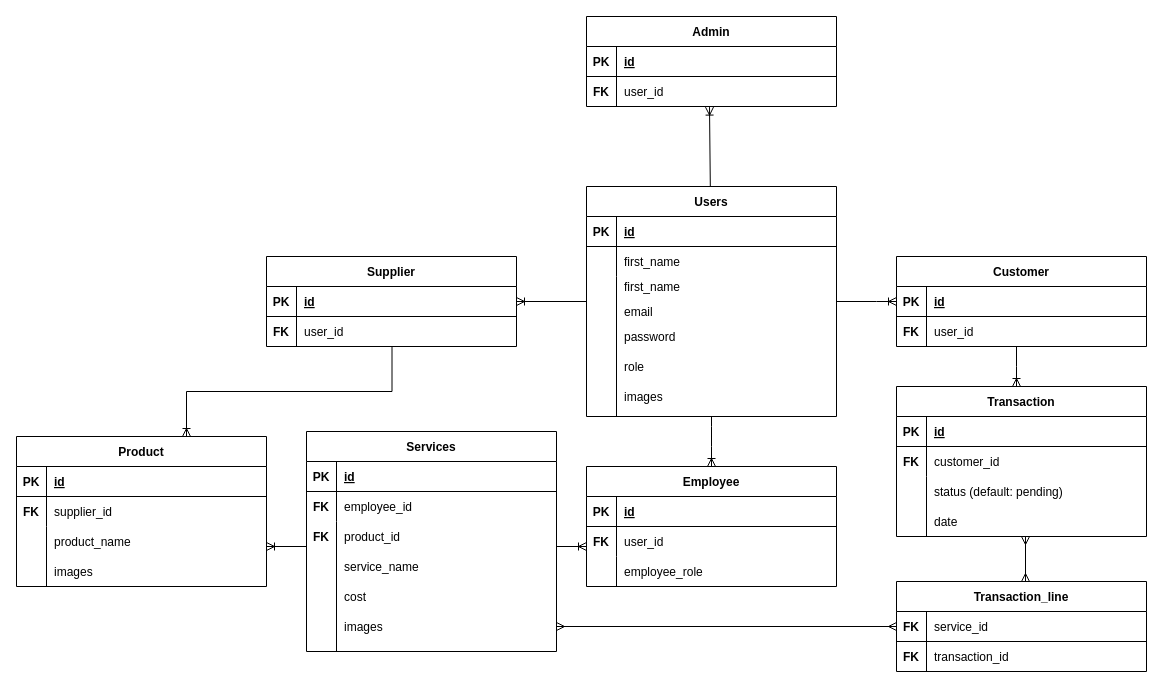
Above: erd/Salon.drawio in yslaa/Salon (draw.io), before the change. Source tidied: cells renumbered, new cells numbered last; positions are measured from the earlier drawing's top-left corner, leaving out a move shared by most shapes. Both pictures are drawn from the tidied source at 100%, with x=0, y=0 at pixel (16, 16).
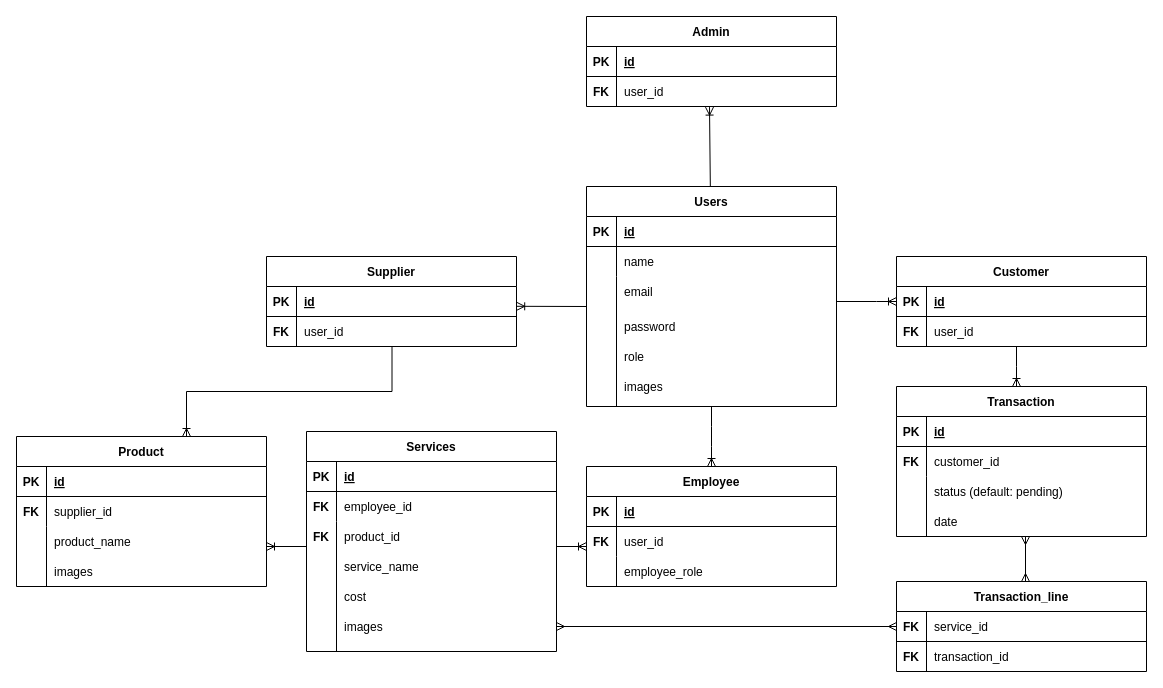
The same page after the edit.

Unchanged cells that the change refers to:
```xml
<mxCell id="14" style="shape=partialRectangle;fillColor=none;top=0;left=0;right=0;bottom=0;" parent="10" vertex="1">
  <mxGeometry y="60" width="250" height="30" as="geometry" />
</mxCell>
<mxCell id="25" style="shape=partialRectangle;fillColor=none;points=[[0,0.5],[1,0.5]];portConstraint=eastwest;top=0;left=0;right=0;bottom=1;" parent="24" vertex="1">
  <mxGeometry y="30" width="250" height="30" as="geometry" />
</mxCell>
```

Diff of the diagram source:
```diff
@@
     <mxCell id="10" value="Users" style="shape=table;startSize=30;childLayout=tableLayout;rowLines=0;fontStyle=1;align=center;" parent="1" vertex="1">
-      <mxGeometry x="570" y="170" width="250" height="230" as="geometry" />
+      <mxGeometry x="570" y="170" width="250" height="220" as="geometry" />
     </mxCell>
@@
-    <mxCell id="16" value="first_name" style="shape=partialRectangle;overflow=hidden;fillColor=none;top=0;left=0;bottom=0;right=0;align=left;spacingLeft=6;" parent="14" vertex="1">
+    <mxCell id="16" value="name" style="shape=partialRectangle;overflow=hidden;fillColor=none;top=0;left=0;bottom=0;right=0;align=left;spacingLeft=6;" parent="14" vertex="1">
       <mxGeometry x="30" width="220" height="30" as="geometry" />
     </mxCell>
-    <mxCell id="17" value="first_name" style="shape=partialRectangle;overflow=hidden;fillColor=none;top=0;left=0;bottom=0;right=0;align=left;spacingLeft=6;" parent="1" vertex="1">
-      <mxGeometry x="600" y="260" width="220" height="20" as="geometry" />
-    </mxCell>
     <mxCell id="18" value="email" style="shape=partialRectangle;overflow=hidden;fillColor=none;top=0;left=0;bottom=0;right=0;align=left;spacingLeft=6;" parent="1" vertex="1">
-      <mxGeometry x="600" y="280" width="220" height="30" as="geometry" />
+      <mxGeometry x="600" y="260" width="220" height="30" as="geometry" />
     </mxCell>
     <mxCell id="19" style="endArrow=none;html=1;rounded=0;" parent="1" edge="1">
       <mxGeometry relative="1" as="geometry">
-        <mxPoint x="600" y="400" as="sourcePoint" />
+        <mxPoint x="600" y="390" as="sourcePoint" />
         <mxPoint x="600" y="260" as="targetPoint" />
       </mxGeometry>
     </mxCell>
     <mxCell id="20" value="password" style="shape=partialRectangle;overflow=hidden;fillColor=none;top=0;left=0;bottom=0;right=0;align=left;spacingLeft=6;" parent="1" vertex="1">
-      <mxGeometry x="600" y="310" width="220" height="20" as="geometry" />
+      <mxGeometry x="600" y="300" width="220" height="20" as="geometry" />
     </mxCell>
     <mxCell id="21" value="role" style="shape=partialRectangle;overflow=hidden;fillColor=none;top=0;left=0;bottom=0;right=0;align=left;spacingLeft=6;" parent="1" vertex="1">
-      <mxGeometry x="600" y="340" width="220" height="20" as="geometry" />
+      <mxGeometry x="600" y="330" width="220" height="20" as="geometry" />
     </mxCell>
     <mxCell id="22" value="images" style="shape=partialRectangle;overflow=hidden;fillColor=none;top=0;left=0;bottom=0;right=0;align=left;spacingLeft=6;" parent="1" vertex="1">
-      <mxGeometry x="600" y="370" width="220" height="20" as="geometry" />
+      <mxGeometry x="600" y="360" width="220" height="20" as="geometry" />
     </mxCell>
-    <mxCell id="23" style="fontSize=12;html=1;endArrow=ERoneToMany;rounded=0;exitX=0;exitY=0.5;exitDx=0;exitDy=0;entryX=1;entryY=0.5;entryDx=0;entryDy=0;endFill=0;" parent="1" edge="1" source="10" target="25">
-      <mxGeometry relative="1" as="geometry" />
+    <mxCell id="23" style="fontSize=12;html=1;endArrow=ERoneToMany;rounded=0;endFill=0;entryX=1.005;entryY=0.661;entryDx=0;entryDy=0;entryPerimeter=0;" parent="1" edge="1">
+      <mxGeometry relative="1" as="geometry">
+        <mxPoint x="570" y="290" as="sourcePoint" />
+        <mxPoint x="500.2" y="289.8" as="targetPoint" />
+      </mxGeometry>
     </mxCell>
```
